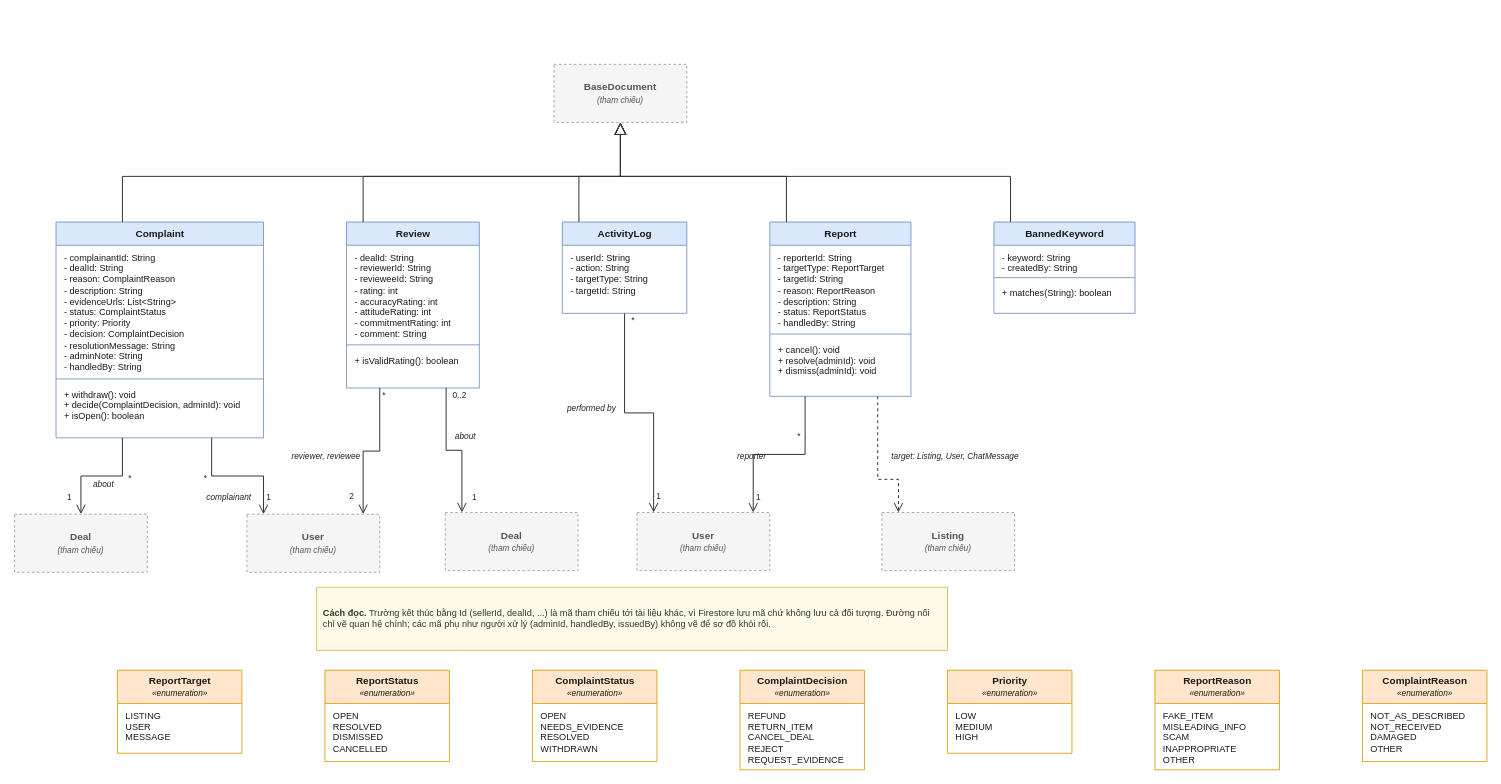
Above: page "4. Tin cậy, quản trị" (5 of 8) of workflow/docs/diagrams/so-do-lop/class-diagram.drawio in tahpnart8/NHOM3-MobileApp (draw.io), before the change. Source tidied: cells renumbered, new cells numbered last; positions are measured from the earlier drawing's top-left corner, leaving out a move shared by most shapes. Both pictures are drawn from the tidied source at 83%, with x=0, y=0 at pixel (14, 64).
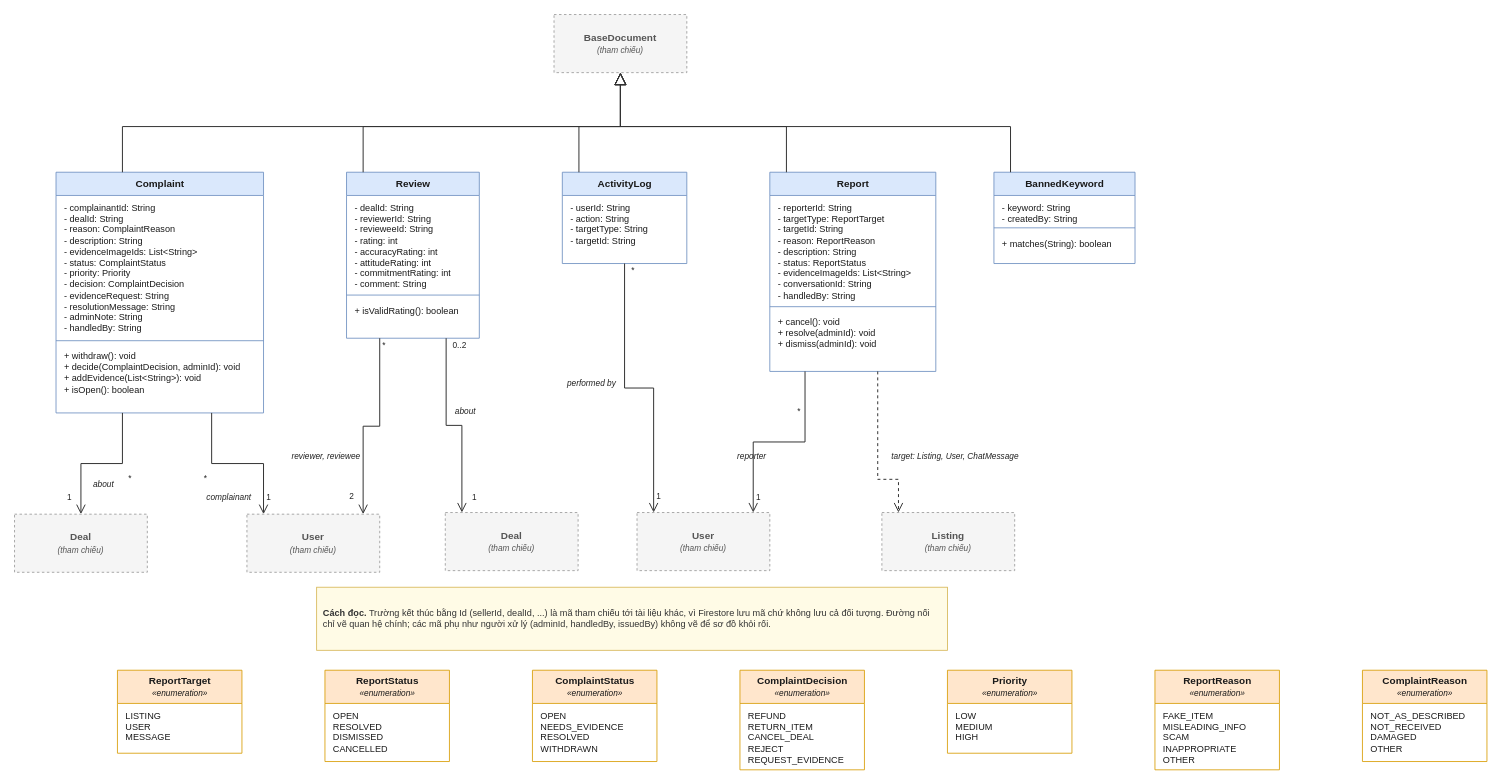
The same page after the edit.

The change refers to these unchanged cells:
```xml
<mxCell id="15" value="&lt;b&gt;User&lt;/b&gt;&lt;br&gt;&lt;i style=&quot;font-size:10px&quot;&gt;(tham chiếu)&lt;/i&gt;" style="rounded=0;whiteSpace=wrap;html=1;fillColor=#F5F5F5;strokeColor=#999999;dashed=1;fontColor=#555555;fontSize=12;fontFamily=Helvetica;" parent="1" vertex="1">
  <mxGeometry x="750" y="540" width="160" height="70" as="geometry" />
</mxCell>
```

Diff of the diagram source:
```diff
@@
     <mxCell id="2" value="&lt;b&gt;BaseDocument&lt;/b&gt;&lt;br&gt;&lt;i style=&quot;font-size:10px&quot;&gt;(tham chiếu)&lt;/i&gt;" style="rounded=0;whiteSpace=wrap;html=1;fillColor=#F5F5F5;strokeColor=#999999;dashed=1;fontColor=#555555;fontSize=12;fontFamily=Helvetica;" parent="1" vertex="1">
-      <mxGeometry x="650" width="160" height="70" as="geometry" />
+      <mxGeometry x="650" y="-60" width="160" height="70" as="geometry" />
     </mxCell>
     <mxCell id="3" value="&lt;b&gt;Complaint&lt;/b&gt;" style="swimlane;fontStyle=0;horizontal=1;startSize=28;fillColor=#DAE8FC;strokeColor=#6C8EBF;swimlaneFillColor=#FFFFFF;html=1;whiteSpace=nowrap;fontSize=12;fontFamily=Helvetica;fontColor=#1A1A1A;" parent="1" vertex="1">
-      <mxGeometry x="50" y="190" width="250" height="260" as="geometry" />
+      <mxGeometry x="50" y="130" width="250" height="290" as="geometry" />
     </mxCell>
     <mxCell id="4" value="&lt;b&gt;Review&lt;/b&gt;" style="swimlane;fontStyle=0;horizontal=1;startSize=28;fillColor=#DAE8FC;strokeColor=#6C8EBF;swimlaneFillColor=#FFFFFF;html=1;whiteSpace=nowrap;fontSize=12;fontFamily=Helvetica;fontColor=#1A1A1A;" parent="1" vertex="1">
-      <mxGeometry x="400" y="190" width="160" height="200" as="geometry" />
+      <mxGeometry x="400" y="130" width="160" height="200" as="geometry" />
     </mxCell>
     <mxCell id="5" value="&lt;b&gt;ActivityLog&lt;/b&gt;" style="swimlane;fontStyle=0;horizontal=1;startSize=28;fillColor=#DAE8FC;strokeColor=#6C8EBF;swimlaneFillColor=#FFFFFF;html=1;whiteSpace=nowrap;fontSize=12;fontFamily=Helvetica;fontColor=#1A1A1A;" parent="1" vertex="1">
-      <mxGeometry x="660" y="190" width="150" height="110" as="geometry" />
+      <mxGeometry x="660" y="130" width="150" height="110" as="geometry" />
     </mxCell>
@@
     <mxCell id="7" value="&lt;b&gt;Report&lt;/b&gt;" style="swimlane;fontStyle=0;horizontal=1;startSize=28;fillColor=#DAE8FC;strokeColor=#6C8EBF;swimlaneFillColor=#FFFFFF;html=1;whiteSpace=nowrap;fontSize=12;fontFamily=Helvetica;fontColor=#1A1A1A;" parent="1" vertex="1">
-      <mxGeometry x="910" y="190" width="170" height="210" as="geometry" />
+      <mxGeometry x="910" y="130" width="200" height="240" as="geometry" />
     </mxCell>
     <mxCell id="8" value="&lt;b&gt;BannedKeyword&lt;/b&gt;" style="swimlane;fontStyle=0;horizontal=1;startSize=28;fillColor=#DAE8FC;strokeColor=#6C8EBF;swimlaneFillColor=#FFFFFF;html=1;whiteSpace=nowrap;fontSize=12;fontFamily=Helvetica;fontColor=#1A1A1A;" parent="1" vertex="1">
-      <mxGeometry x="1180" y="190" width="170" height="110" as="geometry" />
+      <mxGeometry x="1180" y="130" width="170" height="110" as="geometry" />
     </mxCell>
@@
-    <mxCell id="29" style="html=1;rounded=0;edgeStyle=orthogonalEdgeStyle;jettySize=auto;exitX=0.1176;exitY=0.0;exitDx=0;exitDy=0;entryX=0.5;entryY=1.0;entryDx=0;entryDy=0;strokeColor=#333333;strokeWidth=1.2;endArrow=block;endFill=0;endSize=12;startArrow=none;" parent="1" edge="1" source="7" target="2">
+    <mxCell id="29" style="html=1;rounded=0;edgeStyle=orthogonalEdgeStyle;jettySize=auto;exitX=0.100;exitY=0.0;exitDx=0;exitDy=0;entryX=0.5;entryY=1.0;entryDx=0;entryDy=0;strokeColor=#333333;strokeWidth=1.2;endArrow=block;endFill=0;endSize=12;startArrow=none;" parent="1" edge="1" source="7" target="2">
       <mxGeometry relative="1" as="geometry" />
     </mxCell>
@@
-    <mxCell id="38" style="html=1;rounded=0;edgeStyle=orthogonalEdgeStyle;jettySize=auto;exitX=0.25;exitY=1;exitDx=0;exitDy=0;entryX=0.875;entryY=0.0;entryDx=0;entryDy=0;strokeColor=#333333;strokeWidth=1.2;endArrow=open;endFill=0;endSize=9;startArrow=none;" parent="1" edge="1" source="7" target="15">
+    <mxCell id="38" style="html=1;rounded=0;edgeStyle=orthogonalEdgeStyle;jettySize=auto;exitX=0.212;exitY=1;exitDx=0;exitDy=0;entryX=0.875;entryY=0.0;entryDx=0;entryDy=0;strokeColor=#333333;strokeWidth=1.2;endArrow=open;endFill=0;endSize=9;startArrow=none;" parent="1" edge="1" source="7" target="15">
       <mxGeometry relative="1" as="geometry" />
     </mxCell>
@@
     <mxCell id="46" value="*" style="text;html=1;strokeColor=none;fillColor=none;align=center;verticalAlign=middle;whiteSpace=nowrap;fontSize=10;fontFamily=Helvetica;fontColor=#222222;" parent="1" vertex="1">
-      <mxGeometry x="440" y="390" width="10" height="16" as="geometry" />
+      <mxGeometry x="440" y="330" width="10" height="16" as="geometry" />
     </mxCell>
@@
     <mxCell id="49" value="0..2" style="text;html=1;strokeColor=none;fillColor=none;align=center;verticalAlign=middle;whiteSpace=nowrap;fontSize=10;fontFamily=Helvetica;fontColor=#222222;" parent="1" vertex="1">
-      <mxGeometry x="523" y="390" width="25" height="16" as="geometry" />
+      <mxGeometry x="523" y="330" width="25" height="16" as="geometry" />
     </mxCell>
@@
     <mxCell id="51" value="about" style="text;html=1;strokeColor=none;fillColor=none;align=center;verticalAlign=middle;whiteSpace=nowrap;fontSize=10;fontFamily=Helvetica;fontColor=#222222;fontStyle=2;" parent="1" vertex="1">
-      <mxGeometry x="526" y="440" width="34" height="16" as="geometry" />
+      <mxGeometry x="526" y="410" width="34" height="16" as="geometry" />
     </mxCell>
     <mxCell id="52" value="*" style="text;html=1;strokeColor=none;fillColor=none;align=center;verticalAlign=middle;whiteSpace=nowrap;fontSize=10;fontFamily=Helvetica;fontColor=#222222;" parent="1" vertex="1">
-      <mxGeometry x="740" y="300" width="10" height="16" as="geometry" />
+      <mxGeometry x="740" y="240" width="10" height="16" as="geometry" />
     </mxCell>
@@
     <mxCell id="54" value="performed by" style="text;html=1;strokeColor=none;fillColor=none;align=center;verticalAlign=middle;whiteSpace=nowrap;fontSize=10;fontFamily=Helvetica;fontColor=#222222;fontStyle=2;" parent="1" vertex="1">
-      <mxGeometry x="660" y="406" width="70" height="16" as="geometry" />
+      <mxGeometry x="660" y="376" width="70" height="16" as="geometry" />
     </mxCell>
     <mxCell id="55" value="*" style="text;html=1;strokeColor=none;fillColor=none;align=center;verticalAlign=middle;whiteSpace=nowrap;fontSize=10;fontFamily=Helvetica;fontColor=#222222;" parent="1" vertex="1">
-      <mxGeometry x="940" y="440" width="10" height="16" as="geometry" />
+      <mxGeometry x="940" y="410" width="10" height="16" as="geometry" />
     </mxCell>
@@
-    <mxCell id="62" value="- reporterId: String&lt;br&gt;- targetType: ReportTarget&lt;br&gt;- targetId: String&lt;br&gt;- reason: ReportReason&lt;br&gt;- description: String&lt;br&gt;- status: ReportStatus&lt;br&gt;- handledBy: String" style="text;strokeColor=none;fillColor=none;align=left;verticalAlign=top;spacingLeft=8;spacingRight=4;spacingTop=2;overflow=hidden;html=1;whiteSpace=nowrap;fontSize=11;fontFamily=Helvetica;fontColor=#1A1A1A;" parent="7" vertex="1">
-      <mxGeometry y="28" width="170" height="103" as="geometry" />
-    </mxCell>
-    <mxCell id="63" style="line;strokeWidth=1;fillColor=none;align=left;verticalAlign=middle;html=1;strokeColor=#6C8EBF;" parent="7" vertex="1">
-      <mxGeometry y="131" width="170" height="8" as="geometry" />
-    </mxCell>
-    <mxCell id="64" value="+ cancel(): void&lt;br&gt;+ resolve(adminId): void&lt;br&gt;+ dismiss(adminId): void" style="text;strokeColor=none;fillColor=none;align=left;verticalAlign=top;spacingLeft=8;spacingRight=4;spacingTop=2;overflow=hidden;html=1;whiteSpace=nowrap;fontSize=11;fontFamily=Helvetica;fontColor=#1A1A1A;" parent="7" vertex="1">
-      <mxGeometry y="139" width="170" height="48" as="geometry" />
-    </mxCell>
-    <mxCell id="65" value="- complainantId: String&lt;br&gt;- dealId: String&lt;br&gt;- reason: ComplaintReason&lt;br&gt;- description: String&lt;br&gt;- evidenceUrls: List&amp;lt;String&amp;gt;&lt;br&gt;- status: ComplaintStatus&lt;br&gt;- priority: Priority&lt;br&gt;- decision: ComplaintDecision&lt;br&gt;- resolutionMessage: String&lt;br&gt;- adminNote: String&lt;br&gt;- handledBy: String" style="text;strokeColor=none;fillColor=none;align=left;verticalAlign=top;spacingLeft=8;spacingRight=4;spacingTop=2;overflow=hidden;html=1;whiteSpace=nowrap;fontSize=11;fontFamily=Helvetica;fontColor=#1A1A1A;" parent="3" vertex="1">
-      <mxGeometry y="28" width="250" height="157" as="geometry" />
-    </mxCell>
-    <mxCell id="66" style="line;strokeWidth=1;fillColor=none;align=left;verticalAlign=middle;html=1;strokeColor=#6C8EBF;" parent="3" vertex="1">
-      <mxGeometry y="185" width="250" height="8" as="geometry" />
-    </mxCell>
-    <mxCell id="67" value="+ withdraw(): void&lt;br&gt;+ decide(ComplaintDecision, adminId): void&lt;br&gt;+ isOpen(): boolean" style="text;strokeColor=none;fillColor=none;align=left;verticalAlign=top;spacingLeft=8;spacingRight=4;spacingTop=2;overflow=hidden;html=1;whiteSpace=nowrap;fontSize=11;fontFamily=Helvetica;fontColor=#1A1A1A;" parent="3" vertex="1">
-      <mxGeometry y="193" width="250" height="48" as="geometry" />
-    </mxCell>
@@
+    <mxCell id="65" value="- complainantId: String&lt;br&gt;- dealId: String&lt;br&gt;- reason: ComplaintReason&lt;br&gt;- description: String&lt;br&gt;- evidenceImageIds: List&amp;lt;String&amp;gt;&lt;br&gt;- status: ComplaintStatus&lt;br&gt;- priority: Priority&lt;br&gt;- decision: ComplaintDecision&lt;br&gt;- evidenceRequest: String&lt;br&gt;- resolutionMessage: String&lt;br&gt;- adminNote: String&lt;br&gt;- handledBy: String" style="text;strokeColor=none;fillColor=none;align=left;verticalAlign=top;spacingLeft=8;spacingRight=4;spacingTop=2;overflow=hidden;html=1;whiteSpace=nowrap;fontSize=11;fontFamily=Helvetica;fontColor=#1A1A1A;" parent="3" vertex="1">
+      <mxGeometry y="28" width="250" height="171" as="geometry" />
+    </mxCell>
+    <mxCell id="66" style="line;strokeWidth=1;fillColor=none;align=left;verticalAlign=middle;html=1;strokeColor=#6C8EBF;" parent="3" vertex="1">
+      <mxGeometry y="199" width="250" height="8" as="geometry" />
+    </mxCell>
+    <mxCell id="67" value="+ withdraw(): void&lt;br&gt;+ decide(ComplaintDecision, adminId): void&lt;br&gt;+ addEvidence(List&amp;lt;String&amp;gt;): void&lt;br&gt;+ isOpen(): boolean" style="text;strokeColor=none;fillColor=none;align=left;verticalAlign=top;spacingLeft=8;spacingRight=4;spacingTop=2;overflow=hidden;html=1;whiteSpace=nowrap;fontSize=11;fontFamily=Helvetica;fontColor=#1A1A1A;" parent="3" vertex="1">
+      <mxGeometry y="207" width="250" height="62" as="geometry" />
+    </mxCell>
+    <mxCell id="62" value="- reporterId: String&lt;br&gt;- targetType: ReportTarget&lt;br&gt;- targetId: String&lt;br&gt;- reason: ReportReason&lt;br&gt;- description: String&lt;br&gt;- status: ReportStatus&lt;br&gt;- evidenceImageIds: List&amp;lt;String&amp;gt;&lt;br&gt;- conversationId: String&lt;br&gt;- handledBy: String" style="text;strokeColor=none;fillColor=none;align=left;verticalAlign=top;spacingLeft=8;spacingRight=4;spacingTop=2;overflow=hidden;html=1;whiteSpace=nowrap;fontSize=11;fontFamily=Helvetica;fontColor=#1A1A1A;" parent="7" vertex="1">
+      <mxGeometry y="28" width="200" height="130" as="geometry" />
+    </mxCell>
+    <mxCell id="63" style="line;strokeWidth=1;fillColor=none;align=left;verticalAlign=middle;html=1;strokeColor=#6C8EBF;" parent="7" vertex="1">
+      <mxGeometry y="158" width="200" height="8" as="geometry" />
+    </mxCell>
+    <mxCell id="64" value="+ cancel(): void&lt;br&gt;+ resolve(adminId): void&lt;br&gt;+ dismiss(adminId): void" style="text;strokeColor=none;fillColor=none;align=left;verticalAlign=top;spacingLeft=8;spacingRight=4;spacingTop=2;overflow=hidden;html=1;whiteSpace=nowrap;fontSize=11;fontFamily=Helvetica;fontColor=#1A1A1A;" parent="7" vertex="1">
+      <mxGeometry y="166" width="200" height="48" as="geometry" />
+    </mxCell>
```
